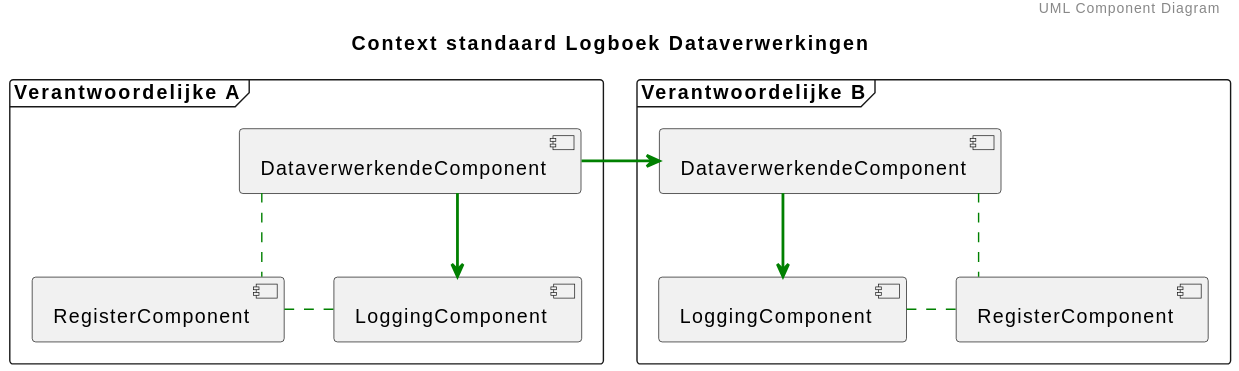
This is diagrams/general-architecture.svg from MinBZK/logboek-dataverwerkingen, a PlantUML export, as it was before one commit.
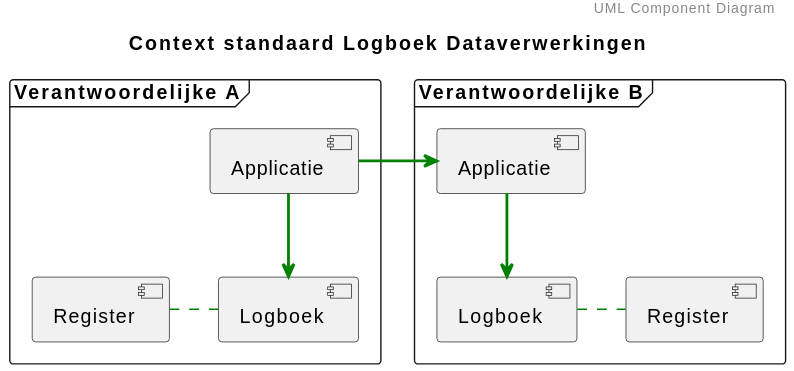
The same file after the commit.

Commit message:
add specs en initial architecture

Diff of the diagram source:
```diff
@@ -4,23 +4,23 @@
 
 frame "Verantwoordelijke A" {
 
-    component "LoggingComponent" as loggerA
-    component "DataverwerkendeComponent" as softwareA
-    component "RegisterComponent" as registerA
+    component "Logboek" as loggerA
+    component "Applicatie" as softwareA
+    component "Register" as registerA
 }
 frame "Verantwoordelijke B" {
 
-    component "LoggingComponent" as loggerB
-    component "DataverwerkendeComponent" as softwareB
-    component "RegisterComponent" as registerB
+    component "Logboek" as loggerB
+    component "Applicatie" as softwareB
+    component "Register" as registerB
 }
 
 loggerA <-[bold,#green]u- softwareA
-registerA -[dashed,#green]u- softwareA
+registerA -[hidden]u- softwareA
 registerA -[dashed,#green]r- loggerA
 
 loggerB <-[bold,#green]u- softwareB
-registerB -[dashed,#green]u- softwareB
+registerB -[hidden]u- softwareB
 loggerB -[dashed,#green]r- registerB
 
 softwareA -[bold,#green]l-> softwareB
```
